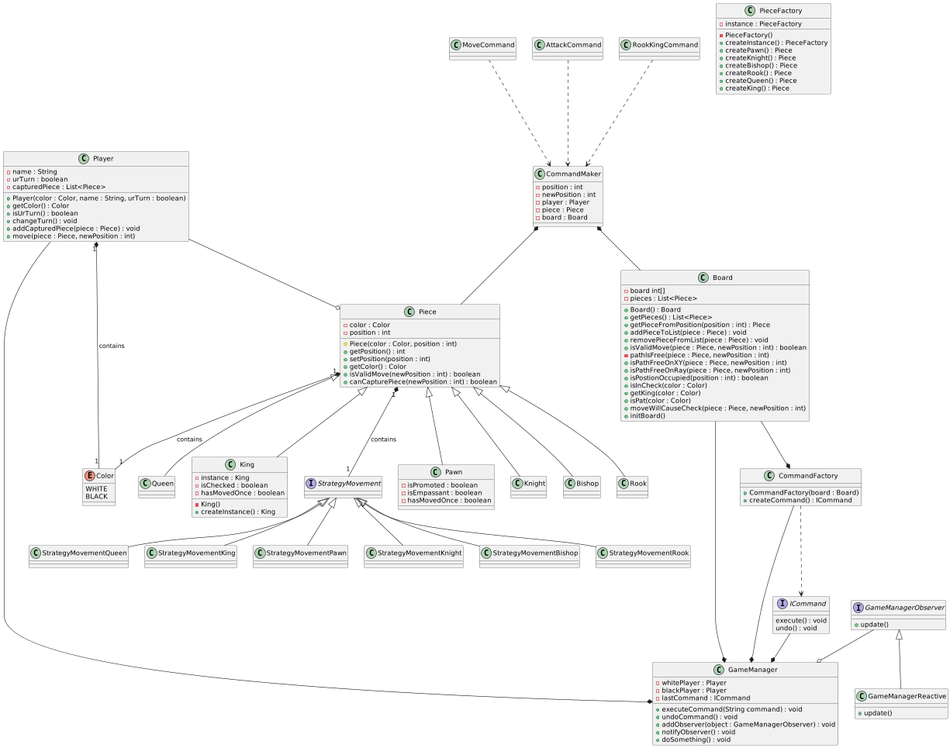
BerBie0/chessgame keeps this PlantUML diagram as uml/chess.png. Above is the earlier version.
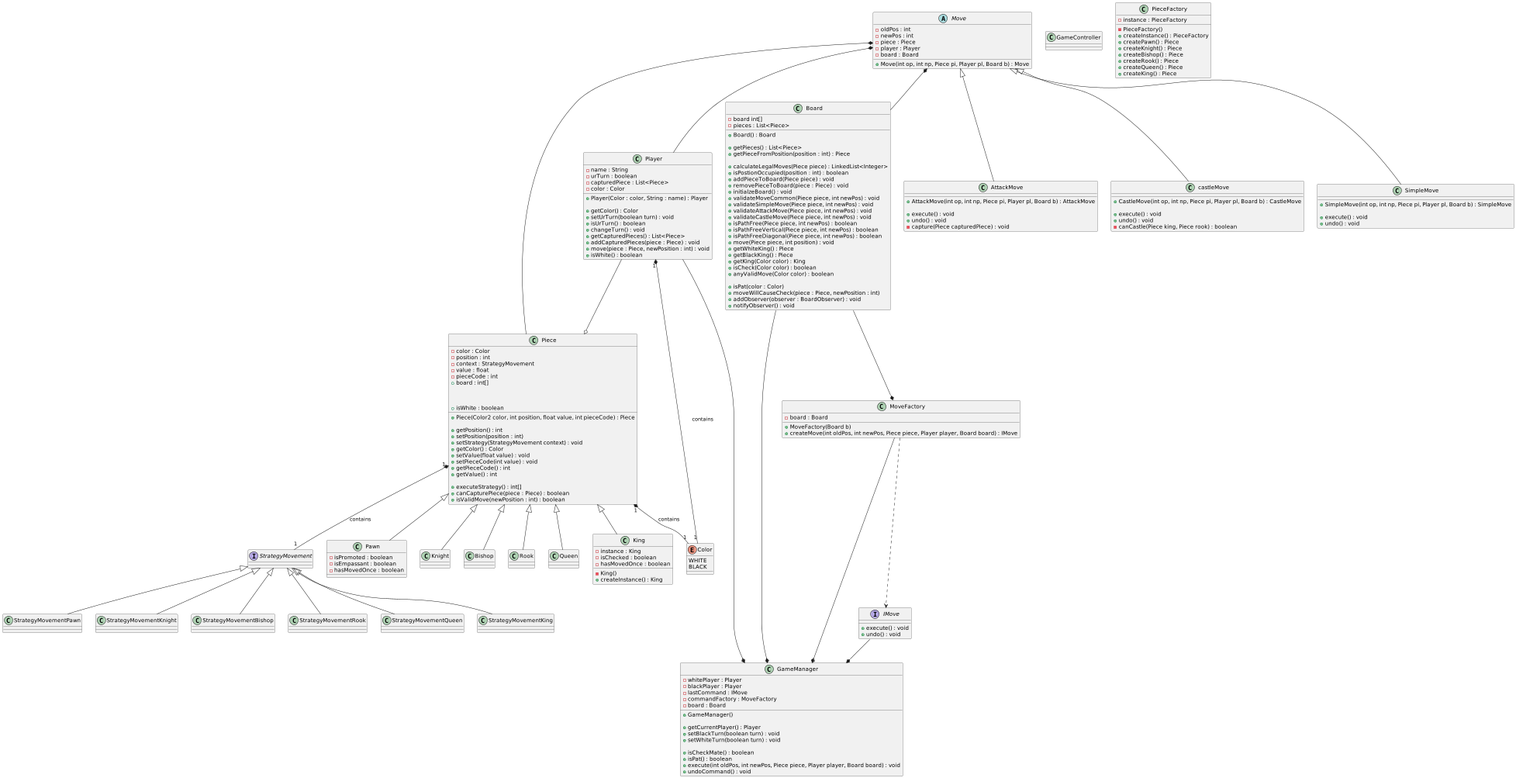
After the commit.

Commit message:
update uml without mvc

Change to the diagram source:
```diff
@@ -8,88 +8,197 @@
 class King extends Piece
 interface StrategyMovement
 
+class GameController {
+
+}
+class GameManager{
+    -whitePlayer : Player
+    -blackPlayer : Player
+    -lastCommand : IMove
+    -commandFactory : MoveFactory
+    -board : Board
+
+    +GameManager()
+
+    +getCurrentPlayer() : Player
+    +setBlackTurn(boolean turn) : void
+    +setWhiteTurn(boolean turn) : void
+
+    +isCheckMate() : boolean
+    +isPat() : boolean
+    +execute(int oldPos, int newPos, Piece piece, Player player, Board board) : void
+    +undoCommand() : void
+}
+
+
+
+
+
+
+class Board {
+    -board int[]
+    -pieces : List<Piece>
+
+    +Board() : Board
+
+    +getPieces() : List<Piece>
+    +getPieceFromPosition(position : int) : Piece
+
+    +calculateLegalMoves(Piece piece) : LinkedList<Integer>
+    +isPostionOccupied(position : int) : boolean
+    +addPieceToBoard(Piece piece) : void
+    +removePieceToBoard(piece : Piece) : void
+    +initialzeBoard() : void
+    +validateMoveCommon(Piece piece, int newPos) : void
+    +validateSimpleMove(Piece piece, int newPos) : void
+    +validateAttackMove(Piece piece, int newPos) : void
+    +validateCastleMove(Piece piece, int newPos) : void
+    +isPathFree(Piece piece, int newPos) : boolean
+    +isPathFreeVertical(Piece piece, int newPos) : boolean
+    +isPathFreeDiagonal(Piece piece, int newPos) : boolean
+    +move(Piece piece, int position) : void
+    +getWhiteKing() : Piece
+    +getBlackKing() : Piece
+    +getKing(Color color) : King
+    +isCheck(Color color) : boolean
+    +anyValidMove(Color color) : boolean
+
+    +isPat(color : Color)
+    +moveWillCauseCheck(piece : Piece, newPosition : int)
+
+
+    +addObserver(observer : BoardObserver) : void
+    +notifyObserver() : void
+}
+
+class AttackMove extends Move {
+    +AttackMove(int op, int np, Piece pi, Player pl, Board b) : AttackMove
+
+    +execute() : void
+    +undo() : void
+    -capture(Piece capturedPiece) : void
+}
+
+class castleMove extends Move {
+    +CastleMove(int op, int np, Piece pi, Player pl, Board b) : CastleMove
+
+    +execute() : void
+    +undo() : void
+    -canCastle(Piece king, Piece rook) : boolean
+}
+
+class SimpleMove extends Move {
+    +SimpleMove(int op, int np, Piece pi, Player pl, Board b) : SimpleMove
+
+    +execute() : void
+    +undo() : void
+}
+
+interface IMove
+{
+    +execute() : void
+    +undo() : void
+}
+
+abstract class Move {
+    -oldPos : int
+    -newPos : int
+    -piece : Piece
+    -player : Player
+    -board : Board
+
+    +Move(int op, int np, Piece pi, Player pl, Board b) : Move
+}
+
+class MoveFactory {
+    -board : Board
+
+    +MoveFactory(Board b)
+    +createMove(int oldPos, int newPos, Piece piece, Player player, Board board) : IMove
+}
+
+
+
+
+
+class Bishop {
+}
+
+class King {
+    -instance : King
+    -isChecked : boolean
+    -hasMovedOnce : boolean
+    -King()
+    +createInstance() : King
+}
+
+class Knight {
+}
+
+class Pawn {
+    -isPromoted : boolean
+    -isEmpassant : boolean
+    -hasMovedOnce : boolean
+}
+
+class Piece {
+    -color : Color
+    -position : int
+    -context : StrategyMovement
+    -value : float
+    -pieceCode : int
+    +board : int[]
+
+    +Piece(Color2 color, int position, float value, int pieceCode) : Piece
+
+    +getPosition() : int
+    +setPosition(position : int)
+    +setStrategy(StrategyMovement context) : void
+    +getColor() : Color
+    +setValue(float value) : void
+    +setPieceCode(int value) : void
+    +getPieceCode() : int
+    +getValue() : int
+
+    +executeStrategy() : int[]
+    +isWhite : boolean
+    +canCapturePiece(piece : Piece) : boolean
+    +isValidMove(newPosition : int) : boolean
+
+}
+
+class Queen {
+}
+
+class Rook {
+}
+
+class Player {
+    -name : String
+    -urTurn : boolean
+    -capturedPiece : List<Piece>
+    -color : Color
+
+    +Player(Color : color, String : name) : Player
+
+    +getColor() : Color
+    +setUrTurn(boolean turn) : void
+    +isUrTurn() : boolean
+    +changeTurn() : void
+    +getCapturedPieces() : List<Piece>
+    +addCapturedPieces(piece : Piece) : void
+    +move(piece : Piece, newPosition : int) : void
+    +isWhite() : boolean
+}
+
 enum Color {
     WHITE
     BLACK
 }
 
-class Board {
-    -board int[]
-    -pieces : List<Piece>
-    +Board() : Board
-    +getPieces() : List<Piece>
-    +getPieceFromPosition(position : int) : Piece
-    +addPieceToList(piece : Piece) : void
-    +removePieceFromList(piece : Piece) : void
-    +isValidMove(piece : Piece, newPosition : int) : boolean
-    -pathIsFree(piece : Piece, newPosition : int)
-    +isPathFreeOnXY(piece : Piece, newPosition : int)
-    +isPathFreeOnRay(piece : Piece, newPosition : int)
-    +isPostionOccupied(position : int) : boolean
-    +isInCheck(color : Color)
-    +getKing(color : Color)
-    +isPat(color : Color)
-    +moveWillCauseCheck(piece : Piece, newPosition : int)
-    +initBoard()
-}
-class Player {
-    -name : String
-    -urTurn : boolean
-    -capturedPiece : List<Piece>
-    +Player(color : Color, name : String, urTurn : boolean)
-    +getColor() : Color
-    +isUrTurn() : boolean
-    +changeTurn() : void
-    +addCapturedPiece(piece : Piece) : void
-    +move(piece : Piece, newPosition : int)
-}
-
-class GameManager{
-    -whitePlayer : Player
-    -blackPlayer : Player
-    -lastCommand : ICommand
-    +executeCommand(String command) : void
-    +undoCommand() : void
-    +addObserver(object : GameManagerObserver) : void
-    +notifyObserver() : void
-    +doSomething() : void
-}
-
-interface GameManagerObserver{
-    +update()
-}
-class GameManagerReactive extends GameManagerObserver{
-    + update()
-}
-
-
-class CommandFactory {
-    +CommandFactory(board : Board)
-    +createCommand() : ICommand
-}
-
-interface ICommand{
-    execute() : void
-    undo() : void
-}
-
-class CommandMaker {
-    -position : int
-    -newPosition : int
-    -player : Player
-    -piece : Piece
-    -board : Board
-}
-
-class MoveCommand {
-}
-class AttackCommand {
-}
-class RookKingCommand {
-}
-
 class PieceFactory {
     -instance : PieceFactory
+
     -PieceFactory()
     +createInstance() : PieceFactory
     +createPawn() : Piece
@@ -99,36 +208,11 @@
     +createQueen() : Piece
     +createKing() : Piece
 }
-class Piece {
-    -color : Color
-    -position : int
-    #Piece(color : Color, position : int)
-    +getPosition() : int
-    +setPosition(position : int)
-    +getColor() : Color
-    +isValidMove(newPosition : int) : boolean
-    +canCapturePiece(newPosition : int) : boolean
-}
-class Pawn {
-    -isPromoted : boolean
-    -isEmpassant : boolean
-    -hasMovedOnce : boolean
-}
-class King {
-    -instance : King
-    -isChecked : boolean
-    -hasMovedOnce : boolean
-    -King()
-    +createInstance() : King
-}
-class Queen {
-}
-class Knight {
-}
-class Bishop {
-}
-class Rook {
-}
+
+
+
+
+
 
 Piece "1" *-- "1" StrategyMovement : contains
 Piece "1" *-- "1" Color : contains
@@ -141,17 +225,15 @@
 StrategyMovement <|-- StrategyMovementQueen
 StrategyMovement <|-- StrategyMovementKing
 Player --o Piece
-Board --* CommandFactory
-CommandFactory --[dashed]-> ICommand
-ICommand --* GameManager
-CommandFactory --* GameManager
+Board --* MoveFactory
+MoveFactory --[dashed]-> IMove
+IMove --* GameManager
+MoveFactory --* GameManager
 Board --* GameManager
-GameManagerObserver --o GameManager
 Player --* GameManager
-CommandMaker *-- Board
-CommandMaker *-- Piece
-AttackCommand --[dashed]-> CommandMaker
-MoveCommand --[dashed]-> CommandMaker
-RookKingCommand --[dashed]-> CommandMaker
+Move *-- Board
+Move *-- Piece
+Move *-- Player
+
 
 @enduml
```
